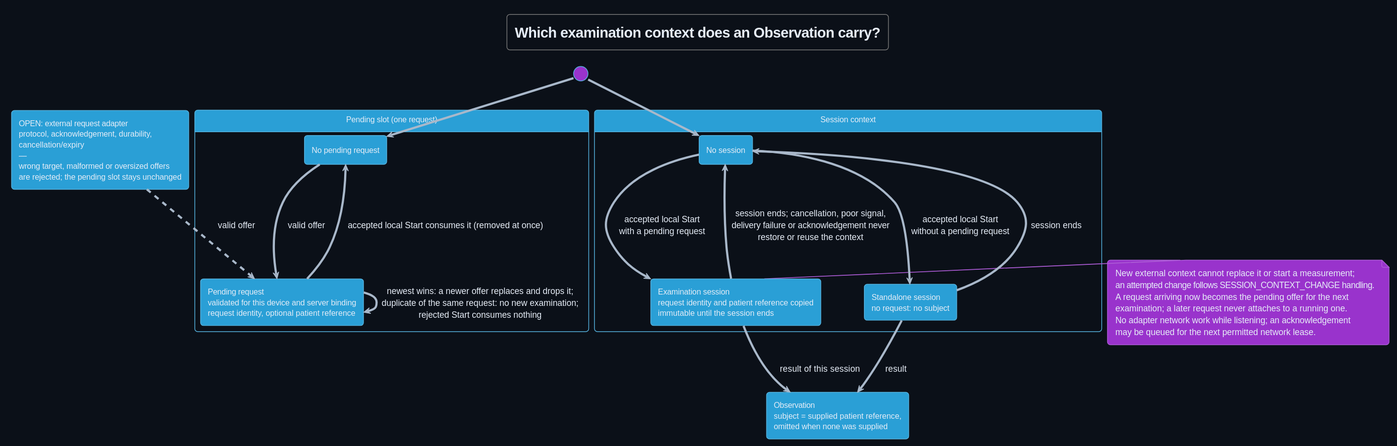
Before: Development/system/design/COMMUNICATION/rendered/examination_request_lifecycle.svg, a diagram exported from PlantUML (DemonicPsychoII/DigitalStethoscope). Source of this version:
```plantuml
@startuml
!theme cyborg
skinparam shadowing false
skinparam defaultFontName SansSerif
skinparam backgroundColor #0b1018
skinparam defaultFontColor #e6edf7
skinparam ArrowColor #a9b8ca
!pragma layout smetana
title Which examination context does an Observation carry?
hide empty description
state "OPEN: external request adapter\nprotocol, acknowledgement, durability,\ncancellation/expiry\n—\nwrong target, malformed or oversized offers\nare rejected; the pending slot stays unchanged" as Adapter
state "Pending slot (one request)" as Slot {
 state "No pending request" as Empty
 state "Pending request\nvalidated for this device and server binding\nrequest identity, optional patient reference" as Pending
}
state "Session context" as Session {
 state "No session" as NoSession
 state "Examination session\nrequest identity and patient reference copied\nimmutable until the session ends" as Active
 state "Standalone session\nno request: no subject" as Standalone
}
state "Observation\nsubject = supplied patient reference,\nomitted when none was supplied" as Observation
Adapter -[dashed]-> Pending : valid offer
[*] --> Empty
Empty --> Pending : valid offer
Pending --> Pending : newest wins: a newer offer replaces and drops it;\nduplicate of the same request: no new examination;\nrejected Start consumes nothing
Pending --> Empty : accepted local Start consumes it (removed at once)
[*] --> NoSession
NoSession --> Active : accepted local Start\nwith a pending request
NoSession --> Standalone : accepted local Start\nwithout a pending request
Active --> Observation : result of this session
Standalone --> Observation : result
Active --> NoSession : session ends; cancellation, poor signal,\ndelivery failure or acknowledgement never\nrestore or reuse the context
Standalone --> NoSession : session ends
note right of Active
 New external context cannot replace it or start a measurement;
 an attempted change follows SESSION_CONTEXT_CHANGE handling.
 A request arriving now becomes the pending offer for the next
 examination; a later request never attaches to a running one.
 No adapter network work while listening; an acknowledgement
 may be queued for the next permitted network lease.
end note
@enduml
```
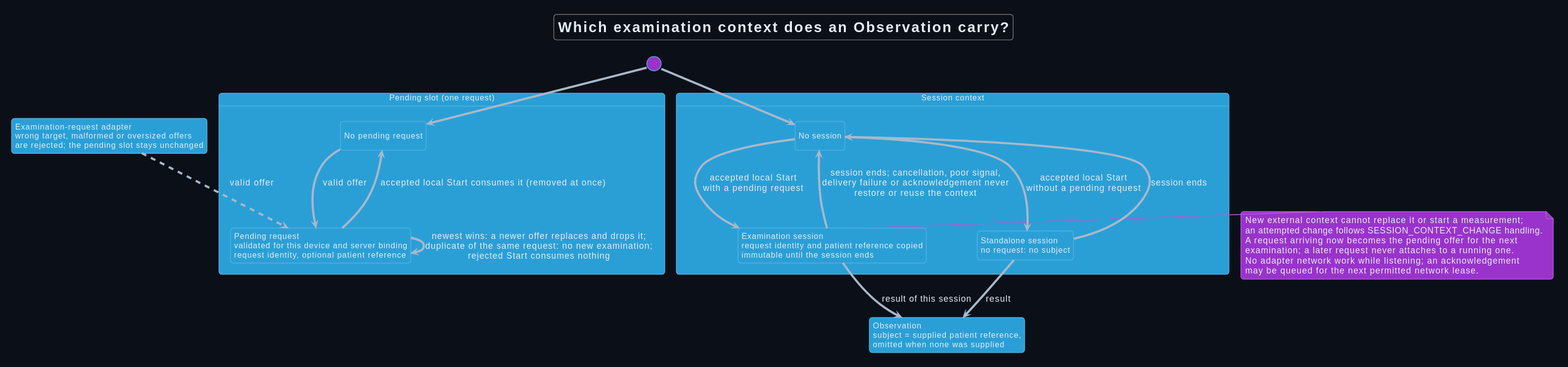
Later version of the same file.

Change to the diagram source:
```diff
@@ -8,7 +8,7 @@
 !pragma layout smetana
 title Which examination context does an Observation carry?
 hide empty description
-state "OPEN: external request adapter\nprotocol, acknowledgement, durability,\ncancellation/expiry\n—\nwrong target, malformed or oversized offers\nare rejected; the pending slot stays unchanged" as Adapter
+state "Examination-request adapter\nwrong target, malformed or oversized offers\nare rejected; the pending slot stays unchanged" as Adapter
 state "Pending slot (one request)" as Slot {
  state "No pending request" as Empty
  state "Pending request\nvalidated for this device and server binding\nrequest identity, optional patient reference" as Pending
```
